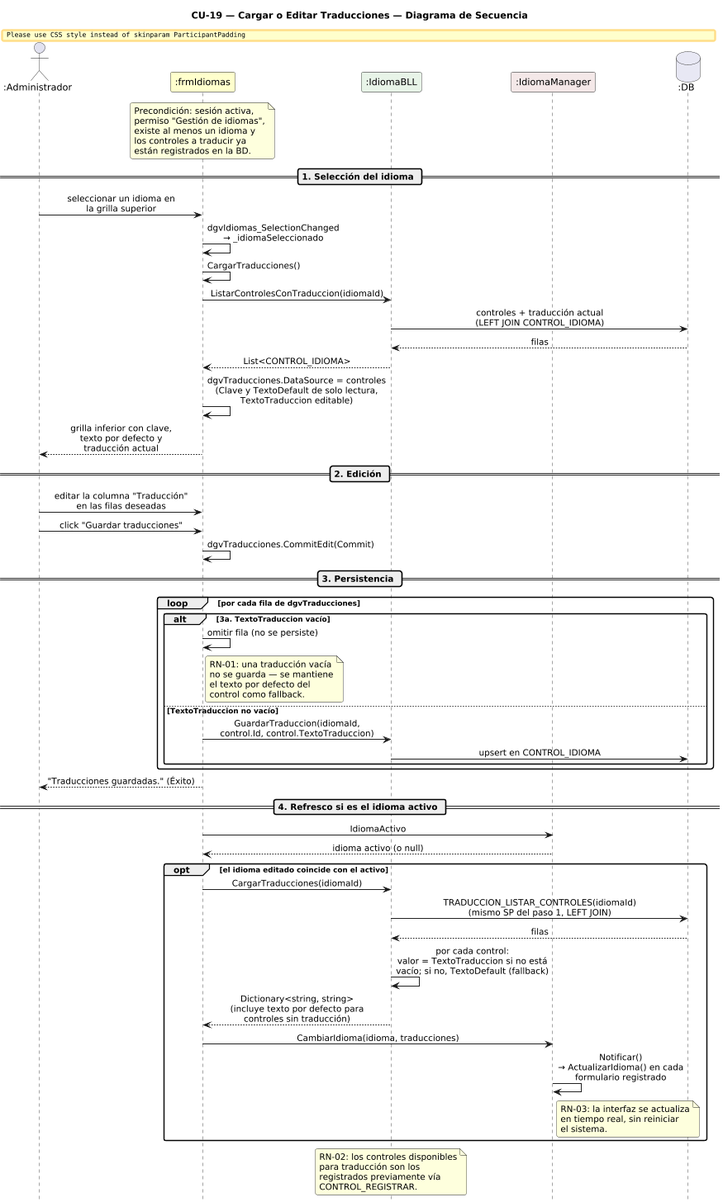
Jesifu/club-de-vinos-td keeps this PlantUML diagram as DIAGRAMAS/DiagramaSecuencia_CU19_CargarEditarTraducciones.png. Above is the earlier version. The source it was exported from:
```plantuml
@startuml DiagramaSecuencia_CU19_CargarEditarTraducciones

title CU-19 — Cargar o Editar Traducciones — Diagrama de Secuencia

skinparam shadowing false
skinparam roundcorner 6
skinparam sequenceArrowThickness 1.2
skinparam ParticipantPadding 14
skinparam sequenceMessageAlign center
hide footbox
scale 0.8

actor       ":Administrador" as A
participant ":frmIdiomas"    as FI #FEFECE
participant ":IdiomaBLL"     as IB #E8F4E8
participant ":IdiomaManager" as IM #F4E8E8
database    ":DB"            as DB #E8E8F4

note over FI
  Precondición: sesión activa,
  permiso "Gestión de idiomas",
  existe al menos un idioma y
  los controles a traducir ya
  están registrados en la BD.
end note

== 1. Selección del idioma ==

A -> FI : seleccionar un idioma en\nla grilla superior
FI -> FI : dgvIdiomas_SelectionChanged\n→ _idiomaSeleccionado
FI -> FI : CargarTraducciones()

FI -> IB : ListarControlesConTraduccion(idiomaId)
IB -> DB : controles + traducción actual\n(LEFT JOIN CONTROL_IDIOMA)
DB --> IB : filas
IB --> FI : List<CONTROL_IDIOMA>
FI -> FI : dgvTraducciones.DataSource = controles\n(Clave y TextoDefault de solo lectura,\nTextoTraduccion editable)
FI --> A : grilla inferior con clave,\ntexto por defecto y\ntraducción actual

== 2. Edición ==

A -> FI : editar la columna "Traducción"\nen las filas deseadas
A -> FI : click "Guardar traducciones"
FI -> FI : dgvTraducciones.CommitEdit(Commit)

== 3. Persistencia ==

loop por cada fila de dgvTraducciones

  alt 3a. TextoTraduccion vacío
    FI -> FI : omitir fila (no se persiste)
    note right of FI
      RN-01: una traducción vacía
      no se guarda — se mantiene
      el texto por defecto del
      control como fallback.
    end note
  else TextoTraduccion no vacío
    FI -> IB : GuardarTraduccion(idiomaId,\ncontrol.Id, control.TextoTraduccion)
    IB -> DB : upsert en CONTROL_IDIOMA
  end
end

FI --> A : "Traducciones guardadas." (Éxito)

== 4. Refresco si es el idioma activo ==

FI -> IM : IdiomaActivo
IM --> FI : idioma activo (o null)

opt el idioma editado coincide con el activo
  FI -> IB : CargarTraducciones(idiomaId)
  IB -> DB : TRADUCCION_LISTAR_CONTROLES(idiomaId)\n(mismo SP del paso 1, LEFT JOIN)
  DB --> IB : filas
  IB -> IB : por cada control:\nvalor = TextoTraduccion si no está\nvacío; si no, TextoDefault (fallback)
  IB --> FI : Dictionary<string, string>\n(incluye texto por defecto para\ncontroles sin traducción)
  FI -> IM : CambiarIdioma(idioma, traducciones)
  IM -> IM : Notificar()\n→ ActualizarIdioma() en cada\nformulario registrado
  note right of IM
    RN-03: la interfaz se actualiza
    en tiempo real, sin reiniciar
    el sistema.
  end note
end

note over IB
  RN-02: los controles disponibles
  para traducción son los
  registrados previamente vía
  CONTROL_REGISTRAR.
end note

@enduml
```
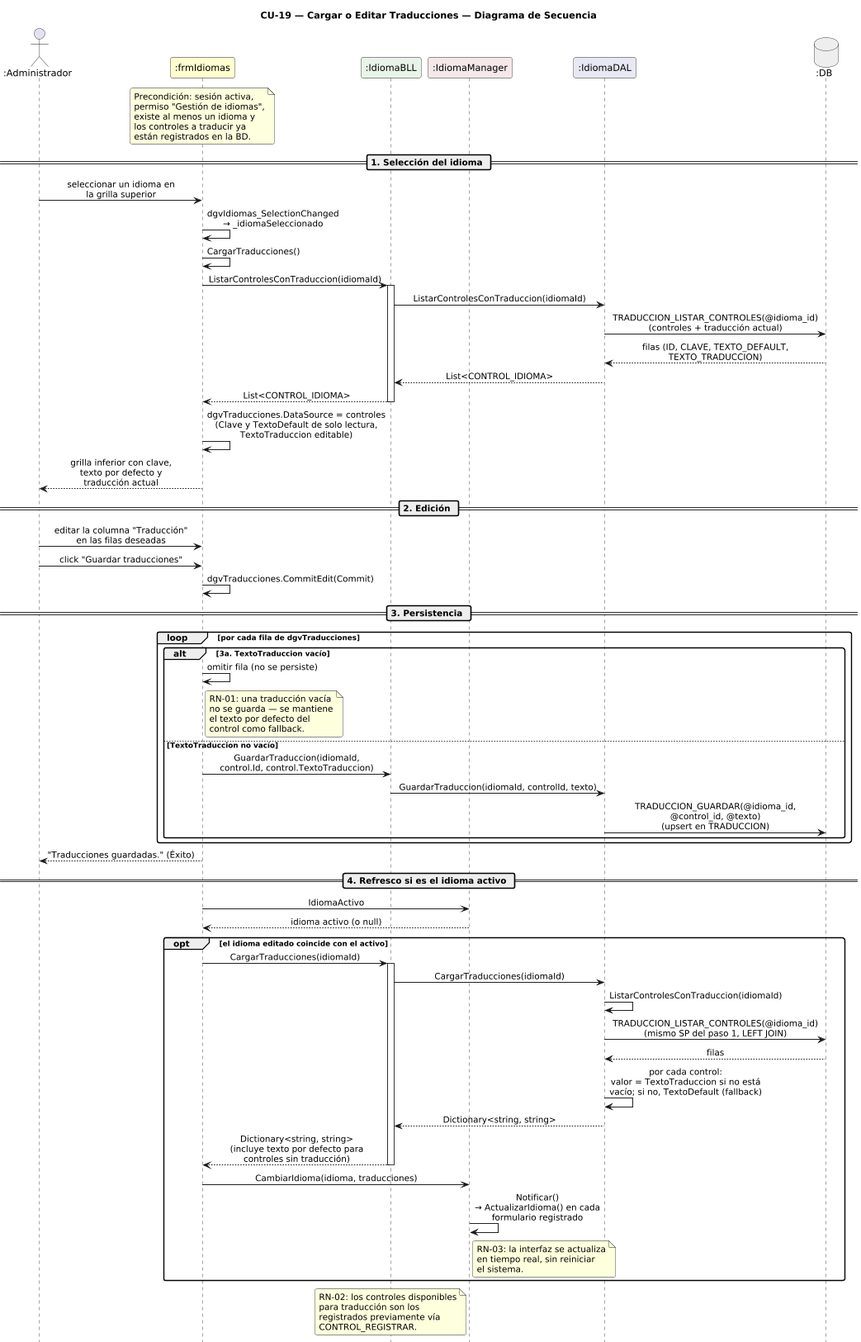
Above is the later version.

The edit, as a diff of the source:
```diff
@@ -5,7 +5,6 @@
 skinparam shadowing false
 skinparam roundcorner 6
 skinparam sequenceArrowThickness 1.2
-skinparam ParticipantPadding 14
 skinparam sequenceMessageAlign center
 hide footbox
 scale 0.8
@@ -14,7 +13,8 @@
 participant ":frmIdiomas"    as FI #FEFECE
 participant ":IdiomaBLL"     as IB #E8F4E8
 participant ":IdiomaManager" as IM #F4E8E8
-database    ":DB"            as DB #E8E8F4
+participant ":IdiomaDAL"     as IDD #E8E8F4
+database    ":DB"            as DB #EEEEEE
 
 note over FI
   Precondición: sesión activa,
@@ -31,9 +31,13 @@
 FI -> FI : CargarTraducciones()
 
 FI -> IB : ListarControlesConTraduccion(idiomaId)
-IB -> DB : controles + traducción actual\n(LEFT JOIN CONTROL_IDIOMA)
-DB --> IB : filas
+activate IB
+IB -> IDD : ListarControlesConTraduccion(idiomaId)
+IDD -> DB : TRADUCCION_LISTAR_CONTROLES(@idioma_id)\n(controles + traducción actual)
+DB --> IDD : filas (ID, CLAVE, TEXTO_DEFAULT,\nTEXTO_TRADUCCION)
+IDD --> IB : List<CONTROL_IDIOMA>
 IB --> FI : List<CONTROL_IDIOMA>
+deactivate IB
 FI -> FI : dgvTraducciones.DataSource = controles\n(Clave y TextoDefault de solo lectura,\nTextoTraduccion editable)
 FI --> A : grilla inferior con clave,\ntexto por defecto y\ntraducción actual
 
@@ -57,7 +61,8 @@
     end note
   else TextoTraduccion no vacío
     FI -> IB : GuardarTraduccion(idiomaId,\ncontrol.Id, control.TextoTraduccion)
-    IB -> DB : upsert en CONTROL_IDIOMA
+    IB -> IDD : GuardarTraduccion(idiomaId, controlId, texto)
+    IDD -> DB : TRADUCCION_GUARDAR(@idioma_id,\n@control_id, @texto)\n(upsert en TRADUCCION)
   end
 end
 
@@ -70,10 +75,15 @@
 
 opt el idioma editado coincide con el activo
   FI -> IB : CargarTraducciones(idiomaId)
-  IB -> DB : TRADUCCION_LISTAR_CONTROLES(idiomaId)\n(mismo SP del paso 1, LEFT JOIN)
-  DB --> IB : filas
-  IB -> IB : por cada control:\nvalor = TextoTraduccion si no está\nvacío; si no, TextoDefault (fallback)
+  activate IB
+  IB -> IDD : CargarTraducciones(idiomaId)
+  IDD -> IDD : ListarControlesConTraduccion(idiomaId)
+  IDD -> DB : TRADUCCION_LISTAR_CONTROLES(@idioma_id)\n(mismo SP del paso 1, LEFT JOIN)
+  DB --> IDD : filas
+  IDD -> IDD : por cada control:\nvalor = TextoTraduccion si no está\nvacío; si no, TextoDefault (fallback)
+  IDD --> IB : Dictionary<string, string>
   IB --> FI : Dictionary<string, string>\n(incluye texto por defecto para\ncontroles sin traducción)
+  deactivate IB
   FI -> IM : CambiarIdioma(idioma, traducciones)
   IM -> IM : Notificar()\n→ ActualizarIdioma() en cada\nformulario registrado
   note right of IM
```
